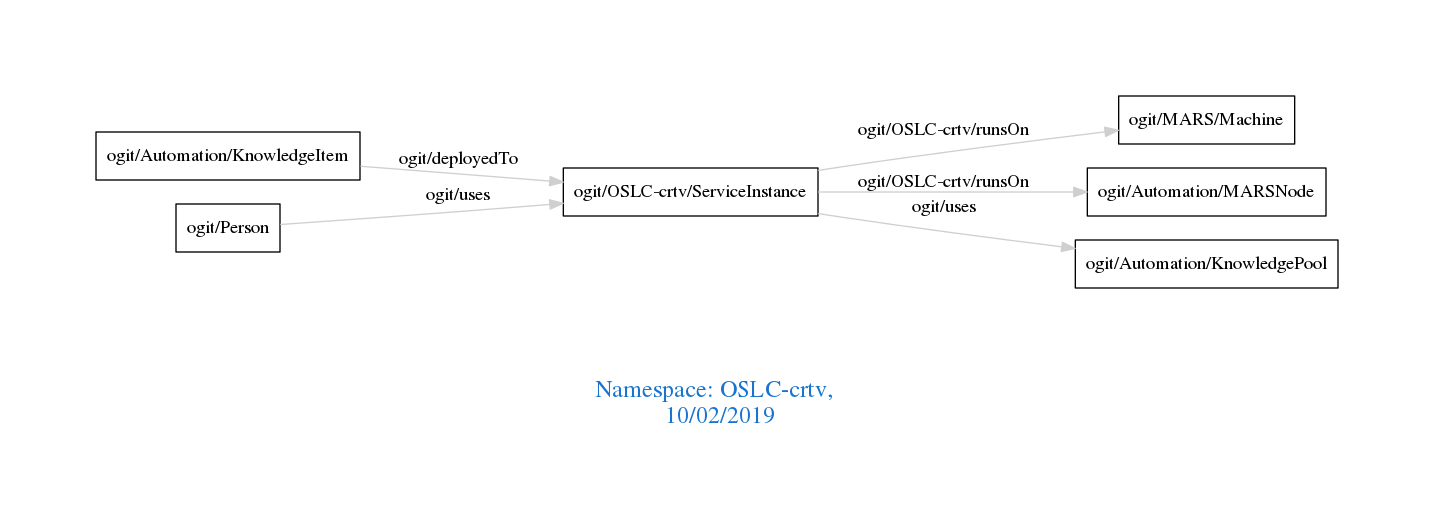
The Graphviz diagram downloads/OSLC-crtv.png in arago/OGIT, before a commit. Its source is kept beside it as downloads/OSLC-crtv.dot.
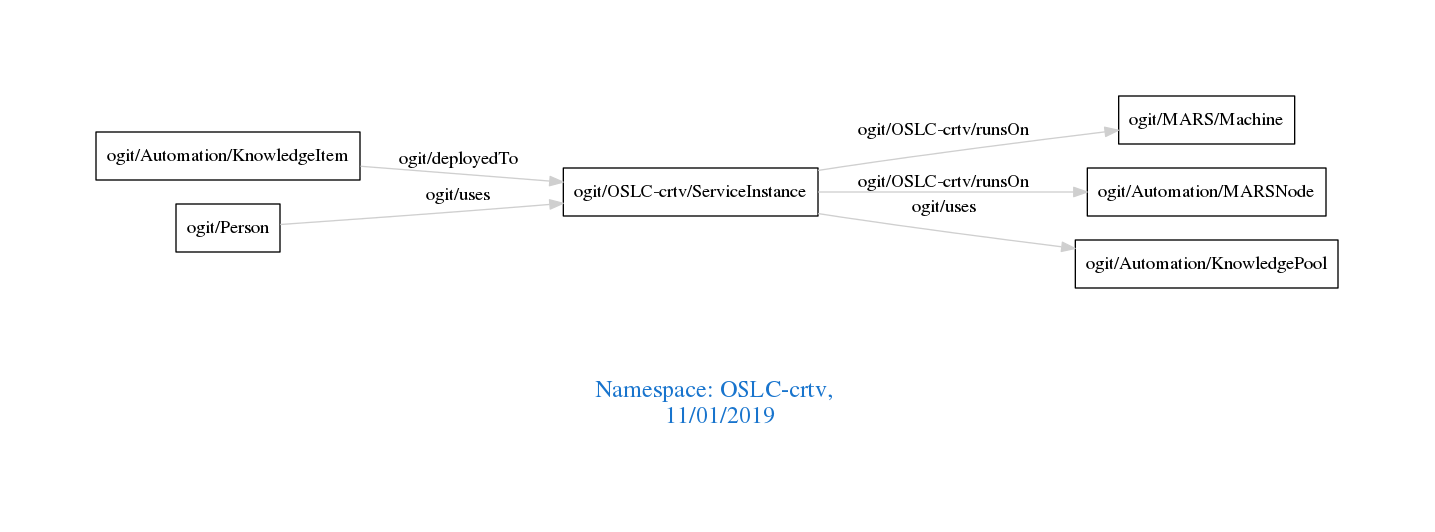
Later version of the same file.

The edit, as a diff of the source:
```diff
@@ -1,7 +1,7 @@
 digraph OGIT_ontology {
  graph [ rankdir= LR,pad=1
 fontsize = 18,
-fontcolor= dodgerblue3,label = "\n\n\nNamespace: OSLC-crtv, \n 10/02/2019"];
+fontcolor= dodgerblue3,label = "\n\n\nNamespace: OSLC-crtv, \n 11/01/2019"];
 node[shape=polygon];
 edge [  color="gray81"];
 
```
